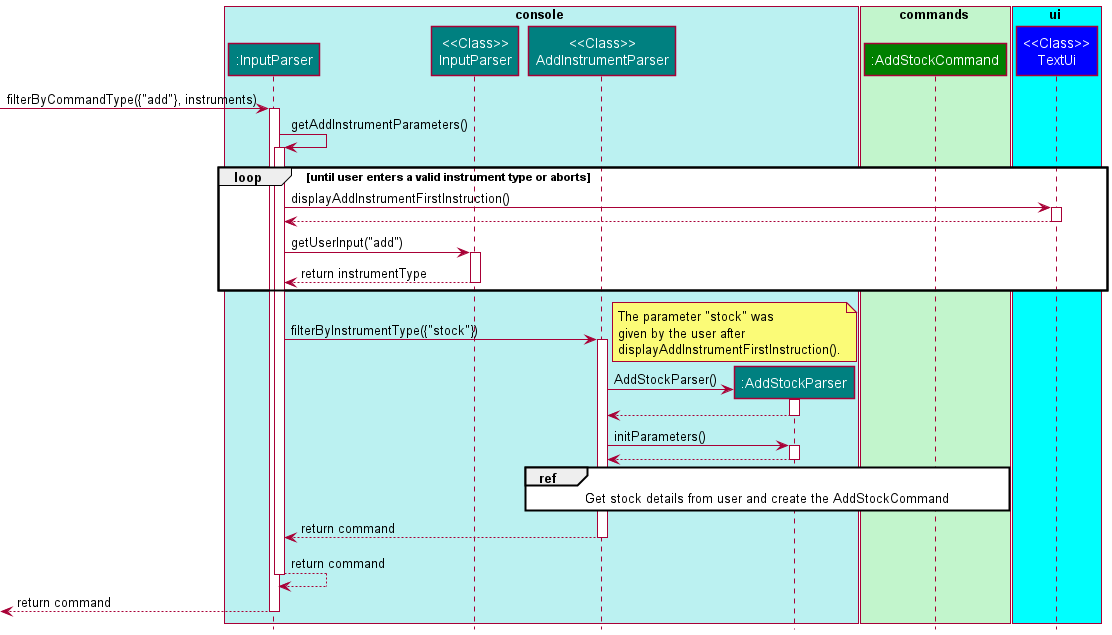
The PlantUML diagram docs/images/AddStockSequenceDiagram.png in williamlamjy/mTracker, before a commit.
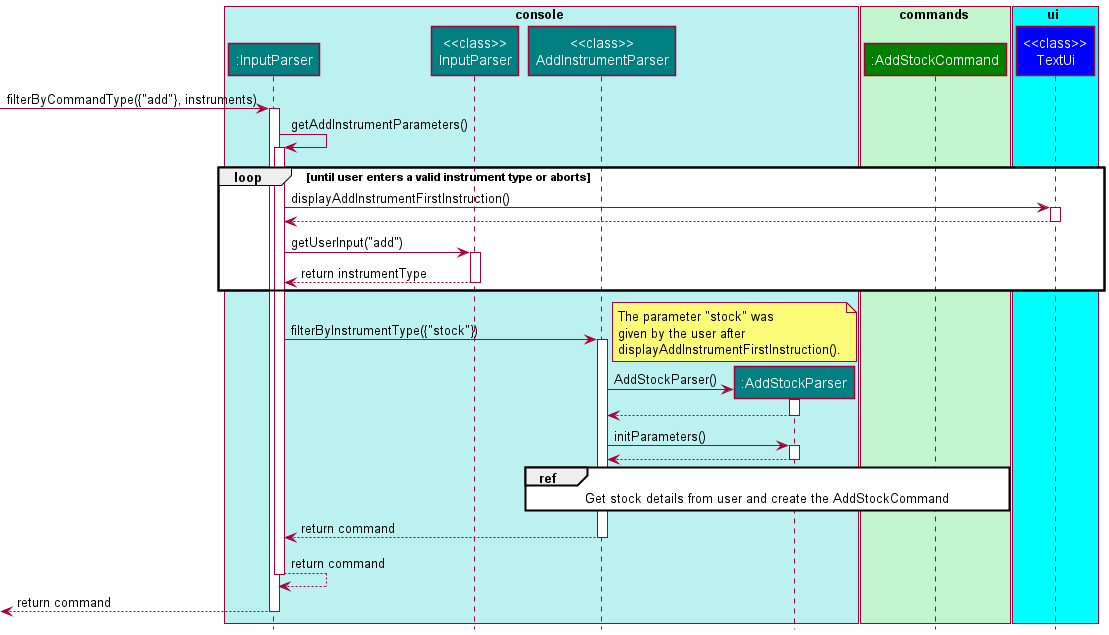
The same diagram one commit later.

Diff of the diagram source:
```diff
@@ -3,8 +3,8 @@
 
 box console COLOR_CONSOLE_SEGMENT
 participant ":InputParser" as InputParser COLOR_CONSOLE
-participant "<<Class>>\nInputParser" as ClassInputParser COLOR_CONSOLE
-participant "<<Class>>\nAddInstrumentParser" as AddInstrumentParser COLOR_CONSOLE
+participant "<<class>>\nInputParser" as ClassInputParser COLOR_CONSOLE
+participant "<<class>>\nAddInstrumentParser" as AddInstrumentParser COLOR_CONSOLE
 participant ":AddStockParser" as AddStockParser COLOR_CONSOLE
 participant ":AddStockCommand" as AddStockCommand COLOR_COMMANDS
 end box
@@ -14,7 +14,7 @@
 end box
 
 box ui COLOR_LIGHT_BLUE
-participant "<<Class>>\nTextUi" as TextUi COLOR_UI
+participant "<<class>>\nTextUi" as TextUi COLOR_UI
 end box
 
 
```
